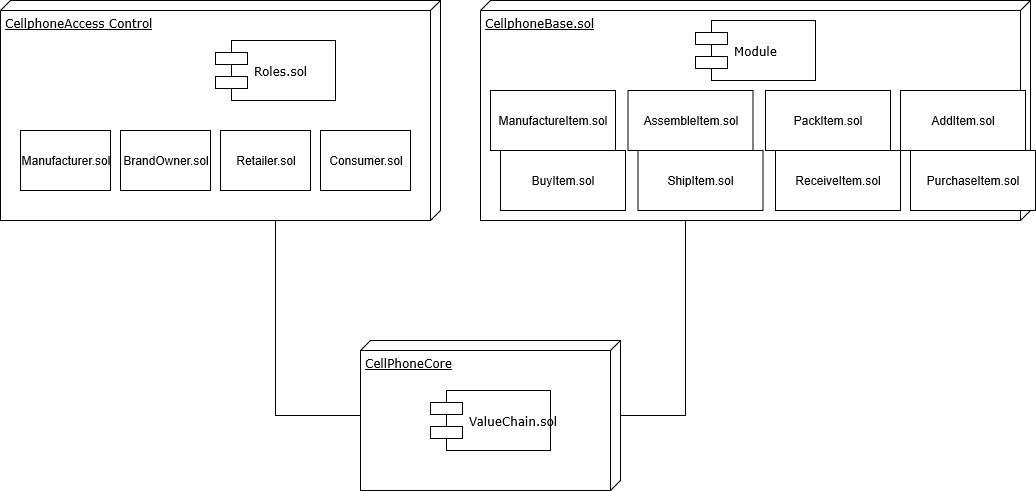
Before: ComponentDiagram.png, a diagram exported from draw.io (homeawaymg/ValueChain). Source tidied: cells renumbered, new cells last; positions are measured from the earlier drawing's top-left corner, leaving out a move shared by most shapes. Source of this version:
```xml
<mxGraphModel background="#ffffff">
  <root>
    <mxCell id="0" />
    <mxCell id="1" parent="0" />
    <mxCell id="2" value="CellphoneAccess Control&lt;br&gt;" style="verticalAlign=top;align=left;spacingTop=8;spacingLeft=2;spacingRight=12;shape=cube;size=10;direction=south;fontStyle=4;html=1;rounded=0;shadow=0;comic=0;labelBackgroundColor=none;strokeColor=#000000;strokeWidth=1;fillColor=#ffffff;fontFamily=Verdana;fontSize=12;fontColor=#000000;" parent="1" vertex="1">
      <mxGeometry width="440" height="220" as="geometry" />
    </mxCell>
    <mxCell id="3" value="CellphoneBase.sol&lt;br&gt;" style="verticalAlign=top;align=left;spacingTop=8;spacingLeft=2;spacingRight=12;shape=cube;size=10;direction=south;fontStyle=4;html=1;rounded=0;shadow=0;comic=0;labelBackgroundColor=none;strokeColor=#000000;strokeWidth=1;fillColor=#ffffff;fontFamily=Verdana;fontSize=12;fontColor=#000000;" parent="1" vertex="1">
      <mxGeometry x="480" width="550" height="220" as="geometry" />
    </mxCell>
    <mxCell id="4" value="CellPhoneCore" style="verticalAlign=top;align=left;spacingTop=8;spacingLeft=2;spacingRight=12;shape=cube;size=10;direction=south;fontStyle=4;html=1;rounded=0;shadow=0;comic=0;labelBackgroundColor=none;strokeColor=#000000;strokeWidth=1;fillColor=#ffffff;fontFamily=Verdana;fontSize=12;fontColor=#000000;" parent="1" vertex="1">
      <mxGeometry x="360" y="340" width="260" height="150" as="geometry" />
    </mxCell>
    <mxCell id="5" value="Roles.sol&lt;br&gt;" style="shape=component;align=left;spacingLeft=36;rounded=0;shadow=0;comic=0;labelBackgroundColor=none;strokeColor=#000000;strokeWidth=1;fillColor=#ffffff;fontFamily=Verdana;fontSize=12;fontColor=#000000;html=1;" parent="1" vertex="1">
      <mxGeometry x="215" y="40" width="120" height="60" as="geometry" />
    </mxCell>
    <mxCell id="6" value="Module" style="shape=component;align=left;spacingLeft=36;rounded=0;shadow=0;comic=0;labelBackgroundColor=none;strokeColor=#000000;strokeWidth=1;fillColor=#ffffff;fontFamily=Verdana;fontSize=12;fontColor=#000000;html=1;" parent="1" vertex="1">
      <mxGeometry x="695" y="20" width="120" height="60" as="geometry" />
    </mxCell>
    <mxCell id="7" value="ValueChain.sol&lt;br&gt;" style="shape=component;align=left;spacingLeft=36;rounded=0;shadow=0;comic=0;labelBackgroundColor=none;strokeColor=#000000;strokeWidth=1;fillColor=#ffffff;fontFamily=Verdana;fontSize=12;fontColor=#000000;html=1;" parent="1" vertex="1">
      <mxGeometry x="430" y="390" width="120" height="60" as="geometry" />
    </mxCell>
    <mxCell id="8" style="edgeStyle=orthogonalEdgeStyle;rounded=0;html=1;labelBackgroundColor=none;startArrow=none;startFill=0;startSize=8;endArrow=none;endFill=0;endSize=16;fontFamily=Verdana;fontSize=12;" parent="1" edge="1" source="4" target="3">
      <mxGeometry relative="1" as="geometry">
        <Array as="points">
          <mxPoint x="685" y="415" />
        </Array>
      </mxGeometry>
    </mxCell>
    <mxCell id="9" style="edgeStyle=orthogonalEdgeStyle;rounded=0;html=1;labelBackgroundColor=none;startArrow=none;startFill=0;startSize=8;endArrow=none;endFill=0;endSize=16;fontFamily=Verdana;fontSize=12;" parent="1" edge="1" source="4" target="2">
      <mxGeometry relative="1" as="geometry">
        <Array as="points">
          <mxPoint x="275" y="415" />
        </Array>
      </mxGeometry>
    </mxCell>
    <mxCell id="10" value="BrandOwner.sol" style="rounded=0;whiteSpace=wrap;html=1;" parent="1" vertex="1">
      <mxGeometry x="120" y="130" width="90" height="60" as="geometry" />
    </mxCell>
    <mxCell id="11" value="Retailer.sol" style="rounded=0;whiteSpace=wrap;html=1;" parent="1" vertex="1">
      <mxGeometry x="220" y="130" width="90" height="60" as="geometry" />
    </mxCell>
    <mxCell id="12" value="Consumer.sol" style="rounded=0;whiteSpace=wrap;html=1;" parent="1" vertex="1">
      <mxGeometry x="320" y="130" width="90" height="60" as="geometry" />
    </mxCell>
    <mxCell id="13" value="Manufacturer.sol" style="rounded=0;whiteSpace=wrap;html=1;" parent="1" vertex="1">
      <mxGeometry x="20" y="130" width="90" height="60" as="geometry" />
    </mxCell>
    <mxCell id="14" value="ManufactureItem.sol" style="rounded=0;whiteSpace=wrap;html=1;" parent="1" vertex="1">
      <mxGeometry x="490" y="90" width="125" height="60" as="geometry" />
    </mxCell>
    <mxCell id="15" value="AssembleItem.sol" style="rounded=0;whiteSpace=wrap;html=1;" parent="1" vertex="1">
      <mxGeometry x="627.5" y="90" width="125" height="60" as="geometry" />
    </mxCell>
    <mxCell id="16" value="PackItem.sol&lt;br&gt;" style="rounded=0;whiteSpace=wrap;html=1;" parent="1" vertex="1">
      <mxGeometry x="765" y="90" width="125" height="60" as="geometry" />
    </mxCell>
    <mxCell id="17" value="AddItem.sol&lt;br&gt;" style="rounded=0;whiteSpace=wrap;html=1;" parent="1" vertex="1">
      <mxGeometry x="900" y="90" width="125" height="60" as="geometry" />
    </mxCell>
    <mxCell id="18" value="BuyItem.sol&lt;br&gt;" style="rounded=0;whiteSpace=wrap;html=1;" parent="1" vertex="1">
      <mxGeometry x="500" y="150" width="125" height="60" as="geometry" />
    </mxCell>
    <mxCell id="19" value="ShipItem.sol&lt;br&gt;" style="rounded=0;whiteSpace=wrap;html=1;" parent="1" vertex="1">
      <mxGeometry x="637.5" y="150" width="125" height="60" as="geometry" />
    </mxCell>
    <mxCell id="20" value="ReceiveItem.sol&lt;br&gt;" style="rounded=0;whiteSpace=wrap;html=1;" parent="1" vertex="1">
      <mxGeometry x="775" y="150" width="125" height="60" as="geometry" />
    </mxCell>
    <mxCell id="21" value="PurchaseItem.sol&lt;br&gt;" style="rounded=0;whiteSpace=wrap;html=1;" parent="1" vertex="1">
      <mxGeometry x="910" y="150" width="125" height="60" as="geometry" />
    </mxCell>
  </root>
</mxGraphModel>
```
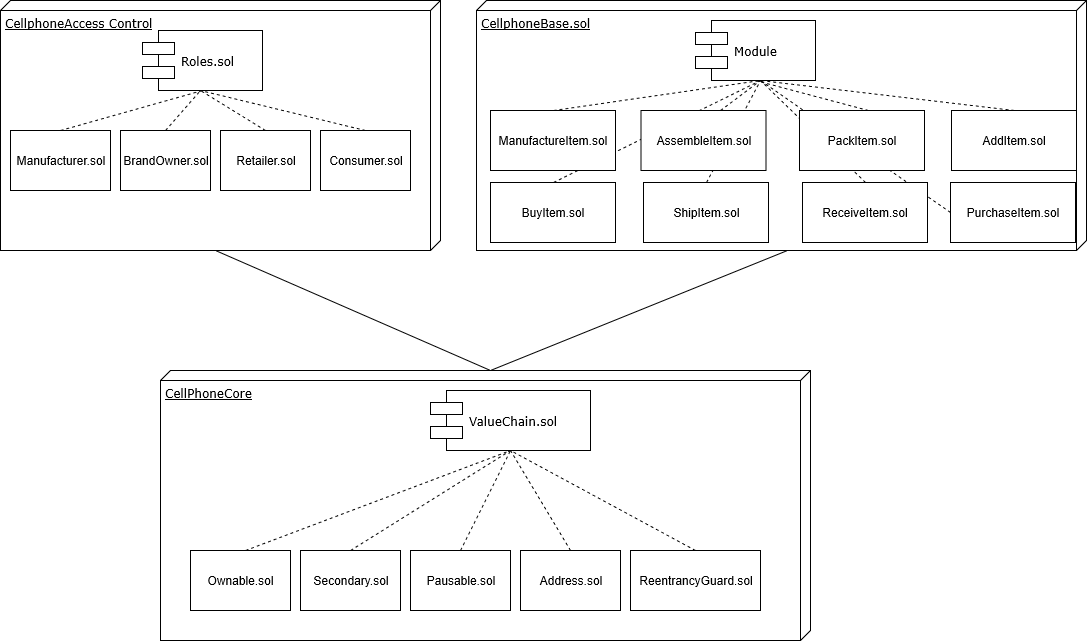
Above is the later version.

What changed in the source:
```diff
@@ -3,37 +3,23 @@
     <mxCell id="0" />
     <mxCell id="1" parent="0" />
     <mxCell id="2" value="CellphoneAccess Control&lt;br&gt;" style="verticalAlign=top;align=left;spacingTop=8;spacingLeft=2;spacingRight=12;shape=cube;size=10;direction=south;fontStyle=4;html=1;rounded=0;shadow=0;comic=0;labelBackgroundColor=none;strokeColor=#000000;strokeWidth=1;fillColor=#ffffff;fontFamily=Verdana;fontSize=12;fontColor=#000000;" parent="1" vertex="1">
-      <mxGeometry width="440" height="220" as="geometry" />
+      <mxGeometry width="440" height="250" as="geometry" />
     </mxCell>
     <mxCell id="3" value="CellphoneBase.sol&lt;br&gt;" style="verticalAlign=top;align=left;spacingTop=8;spacingLeft=2;spacingRight=12;shape=cube;size=10;direction=south;fontStyle=4;html=1;rounded=0;shadow=0;comic=0;labelBackgroundColor=none;strokeColor=#000000;strokeWidth=1;fillColor=#ffffff;fontFamily=Verdana;fontSize=12;fontColor=#000000;" parent="1" vertex="1">
-      <mxGeometry x="480" width="550" height="220" as="geometry" />
+      <mxGeometry x="476" width="610" height="250" as="geometry" />
     </mxCell>
     <mxCell id="4" value="CellPhoneCore" style="verticalAlign=top;align=left;spacingTop=8;spacingLeft=2;spacingRight=12;shape=cube;size=10;direction=south;fontStyle=4;html=1;rounded=0;shadow=0;comic=0;labelBackgroundColor=none;strokeColor=#000000;strokeWidth=1;fillColor=#ffffff;fontFamily=Verdana;fontSize=12;fontColor=#000000;" parent="1" vertex="1">
-      <mxGeometry x="360" y="340" width="260" height="150" as="geometry" />
+      <mxGeometry x="160" y="370" width="650" height="270" as="geometry" />
     </mxCell>
     <mxCell id="5" value="Roles.sol&lt;br&gt;" style="shape=component;align=left;spacingLeft=36;rounded=0;shadow=0;comic=0;labelBackgroundColor=none;strokeColor=#000000;strokeWidth=1;fillColor=#ffffff;fontFamily=Verdana;fontSize=12;fontColor=#000000;html=1;" parent="1" vertex="1">
-      <mxGeometry x="215" y="40" width="120" height="60" as="geometry" />
+      <mxGeometry x="142" y="30" width="120" height="60" as="geometry" />
     </mxCell>
     <mxCell id="6" value="Module" style="shape=component;align=left;spacingLeft=36;rounded=0;shadow=0;comic=0;labelBackgroundColor=none;strokeColor=#000000;strokeWidth=1;fillColor=#ffffff;fontFamily=Verdana;fontSize=12;fontColor=#000000;html=1;" parent="1" vertex="1">
       <mxGeometry x="695" y="20" width="120" height="60" as="geometry" />
     </mxCell>
     <mxCell id="7" value="ValueChain.sol&lt;br&gt;" style="shape=component;align=left;spacingLeft=36;rounded=0;shadow=0;comic=0;labelBackgroundColor=none;strokeColor=#000000;strokeWidth=1;fillColor=#ffffff;fontFamily=Verdana;fontSize=12;fontColor=#000000;html=1;" parent="1" vertex="1">
-      <mxGeometry x="430" y="390" width="120" height="60" as="geometry" />
+      <mxGeometry x="430" y="390" width="160" height="60" as="geometry" />
     </mxCell>
-    <mxCell id="8" style="edgeStyle=orthogonalEdgeStyle;rounded=0;html=1;labelBackgroundColor=none;startArrow=none;startFill=0;startSize=8;endArrow=none;endFill=0;endSize=16;fontFamily=Verdana;fontSize=12;" parent="1" edge="1" source="4" target="3">
-      <mxGeometry relative="1" as="geometry">
-        <Array as="points">
-          <mxPoint x="685" y="415" />
-        </Array>
-      </mxGeometry>
-    </mxCell>
-    <mxCell id="9" style="edgeStyle=orthogonalEdgeStyle;rounded=0;html=1;labelBackgroundColor=none;startArrow=none;startFill=0;startSize=8;endArrow=none;endFill=0;endSize=16;fontFamily=Verdana;fontSize=12;" parent="1" edge="1" source="4" target="2">
-      <mxGeometry relative="1" as="geometry">
-        <Array as="points">
-          <mxPoint x="275" y="415" />
-        </Array>
-      </mxGeometry>
-    </mxCell>
     <mxCell id="10" value="BrandOwner.sol" style="rounded=0;whiteSpace=wrap;html=1;" parent="1" vertex="1">
       <mxGeometry x="120" y="130" width="90" height="60" as="geometry" />
     </mxCell>
@@ -44,31 +30,136 @@
       <mxGeometry x="320" y="130" width="90" height="60" as="geometry" />
     </mxCell>
     <mxCell id="13" value="Manufacturer.sol" style="rounded=0;whiteSpace=wrap;html=1;" parent="1" vertex="1">
-      <mxGeometry x="20" y="130" width="90" height="60" as="geometry" />
+      <mxGeometry x="10" y="130" width="100" height="60" as="geometry" />
     </mxCell>
-    <mxCell id="14" value="ManufactureItem.sol" style="rounded=0;whiteSpace=wrap;html=1;" parent="1" vertex="1">
-      <mxGeometry x="490" y="90" width="125" height="60" as="geometry" />
-    </mxCell>
-    <mxCell id="15" value="AssembleItem.sol" style="rounded=0;whiteSpace=wrap;html=1;" parent="1" vertex="1">
-      <mxGeometry x="627.5" y="90" width="125" height="60" as="geometry" />
-    </mxCell>
-    <mxCell id="16" value="PackItem.sol&lt;br&gt;" style="rounded=0;whiteSpace=wrap;html=1;" parent="1" vertex="1">
-      <mxGeometry x="765" y="90" width="125" height="60" as="geometry" />
-    </mxCell>
     <mxCell id="17" value="AddItem.sol&lt;br&gt;" style="rounded=0;whiteSpace=wrap;html=1;" parent="1" vertex="1">
-      <mxGeometry x="900" y="90" width="125" height="60" as="geometry" />
+      <mxGeometry x="951" y="110" width="125" height="60" as="geometry" />
     </mxCell>
     <mxCell id="18" value="BuyItem.sol&lt;br&gt;" style="rounded=0;whiteSpace=wrap;html=1;" parent="1" vertex="1">
-      <mxGeometry x="500" y="150" width="125" height="60" as="geometry" />
+      <mxGeometry x="490" y="182" width="125" height="60" as="geometry" />
     </mxCell>
     <mxCell id="19" value="ShipItem.sol&lt;br&gt;" style="rounded=0;whiteSpace=wrap;html=1;" parent="1" vertex="1">
-      <mxGeometry x="637.5" y="150" width="125" height="60" as="geometry" />
+      <mxGeometry x="643" y="182" width="125" height="60" as="geometry" />
     </mxCell>
+    <mxCell id="21" value="PurchaseItem.sol&lt;br&gt;" style="rounded=0;whiteSpace=wrap;html=1;" parent="1" vertex="1">
+      <mxGeometry x="950" y="182" width="125" height="60" as="geometry" />
+    </mxCell>
+    <mxCell id="22" value="Ownable.sol&lt;br&gt;" style="rounded=0;whiteSpace=wrap;html=1;" parent="1" vertex="1">
+      <mxGeometry x="190" y="550" width="100" height="60" as="geometry" />
+    </mxCell>
+    <mxCell id="23" value="Secondary.sol" style="rounded=0;whiteSpace=wrap;html=1;" parent="1" vertex="1">
+      <mxGeometry x="300" y="550" width="100" height="60" as="geometry" />
+    </mxCell>
+    <mxCell id="24" value="Pausable.sol&lt;br&gt;" style="rounded=0;whiteSpace=wrap;html=1;" parent="1" vertex="1">
+      <mxGeometry x="410" y="550" width="100" height="60" as="geometry" />
+    </mxCell>
+    <mxCell id="25" value="Address.sol&lt;br&gt;" style="rounded=0;whiteSpace=wrap;html=1;" parent="1" vertex="1">
+      <mxGeometry x="520" y="550" width="100" height="60" as="geometry" />
+    </mxCell>
+    <mxCell id="26" value="ReentrancyGuard.sol&lt;br&gt;" style="rounded=0;whiteSpace=wrap;html=1;" parent="1" vertex="1">
+      <mxGeometry x="630" y="550" width="130" height="60" as="geometry" />
+    </mxCell>
+    <mxCell id="27" style="endArrow=none;dashed=1;html=1;exitX=0.5;exitY=0;exitDx=0;exitDy=0;" parent="1" edge="1">
+      <mxGeometry relative="1" as="geometry">
+        <mxPoint x="553" y="110" as="sourcePoint" />
+        <mxPoint x="760" y="80" as="targetPoint" />
+      </mxGeometry>
+    </mxCell>
+    <mxCell id="28" style="endArrow=none;dashed=1;html=1;entryX=0.5;entryY=1;entryDx=0;entryDy=0;" parent="1" edge="1" target="7">
+      <mxGeometry relative="1" as="geometry">
+        <mxPoint x="245" y="550" as="sourcePoint" />
+      </mxGeometry>
+    </mxCell>
+    <mxCell id="29" style="endArrow=none;dashed=1;html=1;exitX=0.5;exitY=0;exitDx=0;exitDy=0;" parent="1" edge="1" source="23">
+      <mxGeometry relative="1" as="geometry">
+        <mxPoint x="510" y="450" as="targetPoint" />
+      </mxGeometry>
+    </mxCell>
+    <mxCell id="30" style="endArrow=none;dashed=1;html=1;exitX=0.5;exitY=0;exitDx=0;exitDy=0;entryX=0.5;entryY=1;entryDx=0;entryDy=0;" parent="1" edge="1" source="26" target="7">
+      <mxGeometry relative="1" as="geometry" />
+    </mxCell>
+    <mxCell id="31" style="endArrow=none;dashed=1;html=1;exitX=0.5;exitY=0;exitDx=0;exitDy=0;" parent="1" edge="1" source="25">
+      <mxGeometry relative="1" as="geometry">
+        <mxPoint x="510" y="450" as="targetPoint" />
+      </mxGeometry>
+    </mxCell>
+    <mxCell id="32" style="endArrow=none;dashed=1;html=1;exitX=0.5;exitY=0;exitDx=0;exitDy=0;entryX=0.5;entryY=1;entryDx=0;entryDy=0;" parent="1" edge="1" source="24" target="7">
+      <mxGeometry relative="1" as="geometry" />
+    </mxCell>
+    <mxCell id="33" style="endArrow=none;dashed=1;html=1;entryX=0.5;entryY=1;entryDx=0;entryDy=0;exitX=0.5;exitY=0;exitDx=0;exitDy=0;" parent="1" edge="1" source="13" target="5">
+      <mxGeometry relative="1" as="geometry" />
+    </mxCell>
+    <mxCell id="34" style="endArrow=none;dashed=1;html=1;exitX=0.5;exitY=0;exitDx=0;exitDy=0;" parent="1" edge="1" source="12">
+      <mxGeometry relative="1" as="geometry">
+        <mxPoint x="200" y="90" as="targetPoint" />
+      </mxGeometry>
+    </mxCell>
+    <mxCell id="35" style="endArrow=none;dashed=1;html=1;exitX=0.5;exitY=0;exitDx=0;exitDy=0;" parent="1" edge="1" source="10">
+      <mxGeometry relative="1" as="geometry">
+        <mxPoint x="200" y="90" as="targetPoint" />
+      </mxGeometry>
+    </mxCell>
+    <mxCell id="36" style="endArrow=none;dashed=1;html=1;exitX=0.5;exitY=0;exitDx=0;exitDy=0;" parent="1" edge="1" source="11">
+      <mxGeometry relative="1" as="geometry">
+        <mxPoint x="200" y="90" as="targetPoint" />
+      </mxGeometry>
+    </mxCell>
+    <mxCell id="37" style="endArrow=none;dashed=1;html=1;" parent="1" edge="1">
+      <mxGeometry relative="1" as="geometry">
+        <mxPoint x="720" y="110" as="sourcePoint" />
+        <mxPoint x="760" y="80" as="targetPoint" />
+      </mxGeometry>
+    </mxCell>
+    <mxCell id="38" style="endArrow=none;dashed=1;html=1;entryX=0.5;entryY=1;entryDx=0;entryDy=0;exitX=0.5;exitY=0;exitDx=0;exitDy=0;" parent="1" edge="1" target="6">
+      <mxGeometry relative="1" as="geometry">
+        <mxPoint x="868" y="110" as="sourcePoint" />
+      </mxGeometry>
+    </mxCell>
+    <mxCell id="39" style="endArrow=none;dashed=1;html=1;exitX=0.5;exitY=0;exitDx=0;exitDy=0;" parent="1" edge="1" source="17">
+      <mxGeometry relative="1" as="geometry">
+        <mxPoint x="760" y="80" as="targetPoint" />
+      </mxGeometry>
+    </mxCell>
+    <mxCell id="40" style="endArrow=none;dashed=1;html=1;exitX=0;exitY=0.5;exitDx=0;exitDy=0;" parent="1" edge="1" source="21">
+      <mxGeometry relative="1" as="geometry">
+        <mxPoint x="760" y="80" as="targetPoint" />
+      </mxGeometry>
+    </mxCell>
     <mxCell id="20" value="ReceiveItem.sol&lt;br&gt;" style="rounded=0;whiteSpace=wrap;html=1;" parent="1" vertex="1">
-      <mxGeometry x="775" y="150" width="125" height="60" as="geometry" />
+      <mxGeometry x="802" y="182" width="125" height="60" as="geometry" />
     </mxCell>
-    <mxCell id="21" value="PurchaseItem.sol&lt;br&gt;" style="rounded=0;whiteSpace=wrap;html=1;" parent="1" vertex="1">
-      <mxGeometry x="910" y="150" width="125" height="60" as="geometry" />
-    </mxCell>
+    <mxCell id="41" style="endArrow=none;dashed=1;html=1;exitX=0.5;exitY=0;exitDx=0;exitDy=0;" parent="1" edge="1" source="18">
+      <mxGeometry relative="1" as="geometry">
+        <mxPoint x="760" y="80" as="targetPoint" />
+      </mxGeometry>
+    </mxCell>
+    <mxCell id="14" value="ManufactureItem.sol" style="rounded=0;whiteSpace=wrap;html=1;" parent="1" vertex="1">
+      <mxGeometry x="490" y="110" width="125" height="60" as="geometry" />
+    </mxCell>
+    <mxCell id="42" style="endArrow=none;dashed=1;html=1;exitX=0.5;exitY=0;exitDx=0;exitDy=0;" parent="1" edge="1" source="19">
+      <mxGeometry relative="1" as="geometry">
+        <mxPoint x="760" y="80" as="targetPoint" />
+      </mxGeometry>
+    </mxCell>
+    <mxCell id="15" value="AssembleItem.sol" style="rounded=0;whiteSpace=wrap;html=1;" parent="1" vertex="1">
+      <mxGeometry x="640.5" y="110" width="125" height="60" as="geometry" />
+    </mxCell>
+    <mxCell id="43" style="endArrow=none;dashed=1;html=1;exitX=0.5;exitY=0;exitDx=0;exitDy=0;" parent="1" edge="1" source="20">
+      <mxGeometry relative="1" as="geometry">
+        <mxPoint x="760" y="80" as="targetPoint" />
+      </mxGeometry>
+    </mxCell>
+    <mxCell id="16" value="PackItem.sol&lt;br&gt;" style="rounded=0;whiteSpace=wrap;html=1;" parent="1" vertex="1">
+      <mxGeometry x="799" y="110" width="125" height="60" as="geometry" />
+    </mxCell>
+    <mxCell id="9" style="endArrow=none;html=1;entryX=0;entryY=0;entryDx=250;entryDy=225;entryPerimeter=0;exitX=0;exitY=0;exitDx=0;exitDy=320;exitPerimeter=0;" parent="1" edge="1" source="4" target="2">
+      <mxGeometry relative="1" as="geometry" />
+    </mxCell>
+    <mxCell id="44" style="endArrow=none;html=1;" parent="1" edge="1">
+      <mxGeometry relative="1" as="geometry">
+        <mxPoint x="490" y="370" as="sourcePoint" />
+        <mxPoint x="787" y="250" as="targetPoint" />
+      </mxGeometry>
+    </mxCell>
   </root>
 </mxGraphModel>
```
